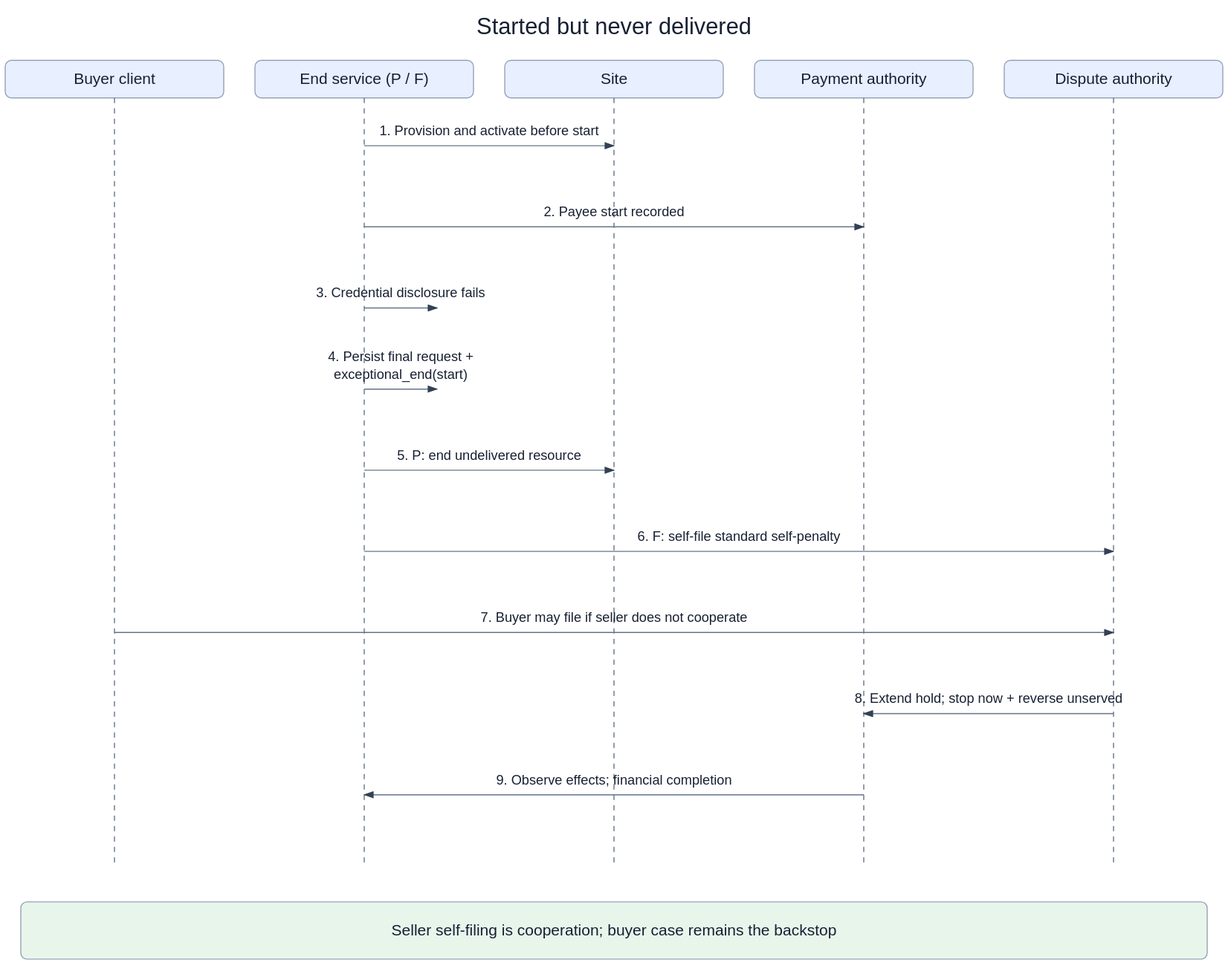
The draw.io diagram openspec/changes/converge-ongoing-compute-leases/diagrams/08-start-before-delivery.svg in arkhai-io/simple-compute-market, before a commit. Source tidied: cells renumbered, new cells last; positions are measured from the earlier drawing's top-left corner, leaving out a move shared by most shapes. Source of this version:
```xml
<mxGraphModel>
  <root>
    <mxCell id="0" />
    <mxCell id="1" parent="0" />
    <mxCell id="2" value="Started but never delivered" style="text;fontSize=22;align=center;" parent="1" vertex="1">
      <mxGeometry x="15" width="1140" height="36" as="geometry" />
    </mxCell>
    <mxCell id="3" value="Buyer client" style="rounded=1;fillColor=#e8efff;fontSize=15;" parent="1" vertex="1">
      <mxGeometry y="48" width="210" height="36" as="geometry" />
    </mxCell>
    <mxCell id="4" style="dashed=1;endArrow=none;strokeColor=#94a3b8;" parent="1" edge="1">
      <mxGeometry relative="1" as="geometry">
        <mxPoint x="105" y="84" as="sourcePoint" />
        <mxPoint x="105" y="822" as="targetPoint" />
      </mxGeometry>
    </mxCell>
    <mxCell id="5" value="End service (P / F)" style="rounded=1;fillColor=#e8efff;fontSize=15;" parent="1" vertex="1">
      <mxGeometry x="240" y="48" width="210" height="36" as="geometry" />
    </mxCell>
    <mxCell id="6" style="dashed=1;endArrow=none;strokeColor=#94a3b8;" parent="1" edge="1">
      <mxGeometry relative="1" as="geometry">
        <mxPoint x="345" y="84" as="sourcePoint" />
        <mxPoint x="345" y="822" as="targetPoint" />
      </mxGeometry>
    </mxCell>
    <mxCell id="7" value="Site" style="rounded=1;fillColor=#e8efff;fontSize=15;" parent="1" vertex="1">
      <mxGeometry x="480" y="48" width="210" height="36" as="geometry" />
    </mxCell>
    <mxCell id="8" style="dashed=1;endArrow=none;strokeColor=#94a3b8;" parent="1" edge="1">
      <mxGeometry relative="1" as="geometry">
        <mxPoint x="585" y="84" as="sourcePoint" />
        <mxPoint x="585" y="822" as="targetPoint" />
      </mxGeometry>
    </mxCell>
    <mxCell id="9" value="Payment authority" style="rounded=1;fillColor=#e8efff;fontSize=15;" parent="1" vertex="1">
      <mxGeometry x="720" y="48" width="210" height="36" as="geometry" />
    </mxCell>
    <mxCell id="10" style="dashed=1;endArrow=none;strokeColor=#94a3b8;" parent="1" edge="1">
      <mxGeometry relative="1" as="geometry">
        <mxPoint x="825" y="84" as="sourcePoint" />
        <mxPoint x="825" y="822" as="targetPoint" />
      </mxGeometry>
    </mxCell>
    <mxCell id="11" value="Dispute authority" style="rounded=1;fillColor=#e8efff;fontSize=15;" parent="1" vertex="1">
      <mxGeometry x="960" y="48" width="210" height="36" as="geometry" />
    </mxCell>
    <mxCell id="12" style="dashed=1;endArrow=none;strokeColor=#94a3b8;" parent="1" edge="1">
      <mxGeometry relative="1" as="geometry">
        <mxPoint x="1065" y="84" as="sourcePoint" />
        <mxPoint x="1065" y="822" as="targetPoint" />
      </mxGeometry>
    </mxCell>
    <mxCell id="13" value="1. Provision and activate before start" style="endArrow=block;fontSize=13;labelBackgroundColor=#ffffff;" parent="1" edge="1">
      <mxGeometry relative="1" as="geometry">
        <mxPoint x="345" y="130" as="sourcePoint" />
        <mxPoint x="585" y="130" as="targetPoint" />
      </mxGeometry>
    </mxCell>
    <mxCell id="14" value="2. Payee start recorded" style="endArrow=block;fontSize=13;labelBackgroundColor=#ffffff;" parent="1" edge="1">
      <mxGeometry relative="1" as="geometry">
        <mxPoint x="345" y="208" as="sourcePoint" />
        <mxPoint x="825" y="208" as="targetPoint" />
      </mxGeometry>
    </mxCell>
    <mxCell id="15" value="3. Credential disclosure fails" style="endArrow=block;fontSize=13;labelBackgroundColor=#ffffff;" parent="1" edge="1">
      <mxGeometry relative="1" as="geometry">
        <mxPoint x="345" y="286" as="sourcePoint" />
        <mxPoint x="415" y="286" as="targetPoint" />
      </mxGeometry>
    </mxCell>
    <mxCell id="16" value="4. Persist final request + exceptional_end(start)" style="endArrow=block;fontSize=13;labelBackgroundColor=#ffffff;" parent="1" edge="1">
      <mxGeometry relative="1" as="geometry">
        <mxPoint x="345" y="364" as="sourcePoint" />
        <mxPoint x="415" y="364" as="targetPoint" />
      </mxGeometry>
    </mxCell>
    <mxCell id="17" value="5. P: end undelivered resource" style="endArrow=block;fontSize=13;labelBackgroundColor=#ffffff;" parent="1" edge="1">
      <mxGeometry relative="1" as="geometry">
        <mxPoint x="345" y="442" as="sourcePoint" />
        <mxPoint x="585" y="442" as="targetPoint" />
      </mxGeometry>
    </mxCell>
    <mxCell id="18" value="6. F: self-file standard self-penalty" style="endArrow=block;fontSize=13;labelBackgroundColor=#ffffff;" parent="1" edge="1">
      <mxGeometry relative="1" as="geometry">
        <mxPoint x="345" y="520" as="sourcePoint" />
        <mxPoint x="1065" y="520" as="targetPoint" />
      </mxGeometry>
    </mxCell>
    <mxCell id="19" value="7. Buyer may file if seller does not cooperate" style="endArrow=block;fontSize=13;labelBackgroundColor=#ffffff;" parent="1" edge="1">
      <mxGeometry relative="1" as="geometry">
        <mxPoint x="105" y="598" as="sourcePoint" />
        <mxPoint x="1065" y="598" as="targetPoint" />
      </mxGeometry>
    </mxCell>
    <mxCell id="20" value="8. Extend hold; stop now + reverse unserved" style="endArrow=block;fontSize=13;labelBackgroundColor=#ffffff;" parent="1" edge="1">
      <mxGeometry relative="1" as="geometry">
        <mxPoint x="1065" y="676" as="sourcePoint" />
        <mxPoint x="825" y="676" as="targetPoint" />
      </mxGeometry>
    </mxCell>
    <mxCell id="21" value="9. Observe effects; financial completion" style="endArrow=block;fontSize=13;labelBackgroundColor=#ffffff;" parent="1" edge="1">
      <mxGeometry relative="1" as="geometry">
        <mxPoint x="825" y="754" as="sourcePoint" />
        <mxPoint x="345" y="754" as="targetPoint" />
      </mxGeometry>
    </mxCell>
    <mxCell id="22" value="Seller self-filing is cooperation; buyer case remains the backstop" style="rounded=1;fillColor=#e8f5eb;fontSize=15;" parent="1" vertex="1">
      <mxGeometry x="15" y="857" width="1140" height="55" as="geometry" />
    </mxCell>
  </root>
</mxGraphModel>
```
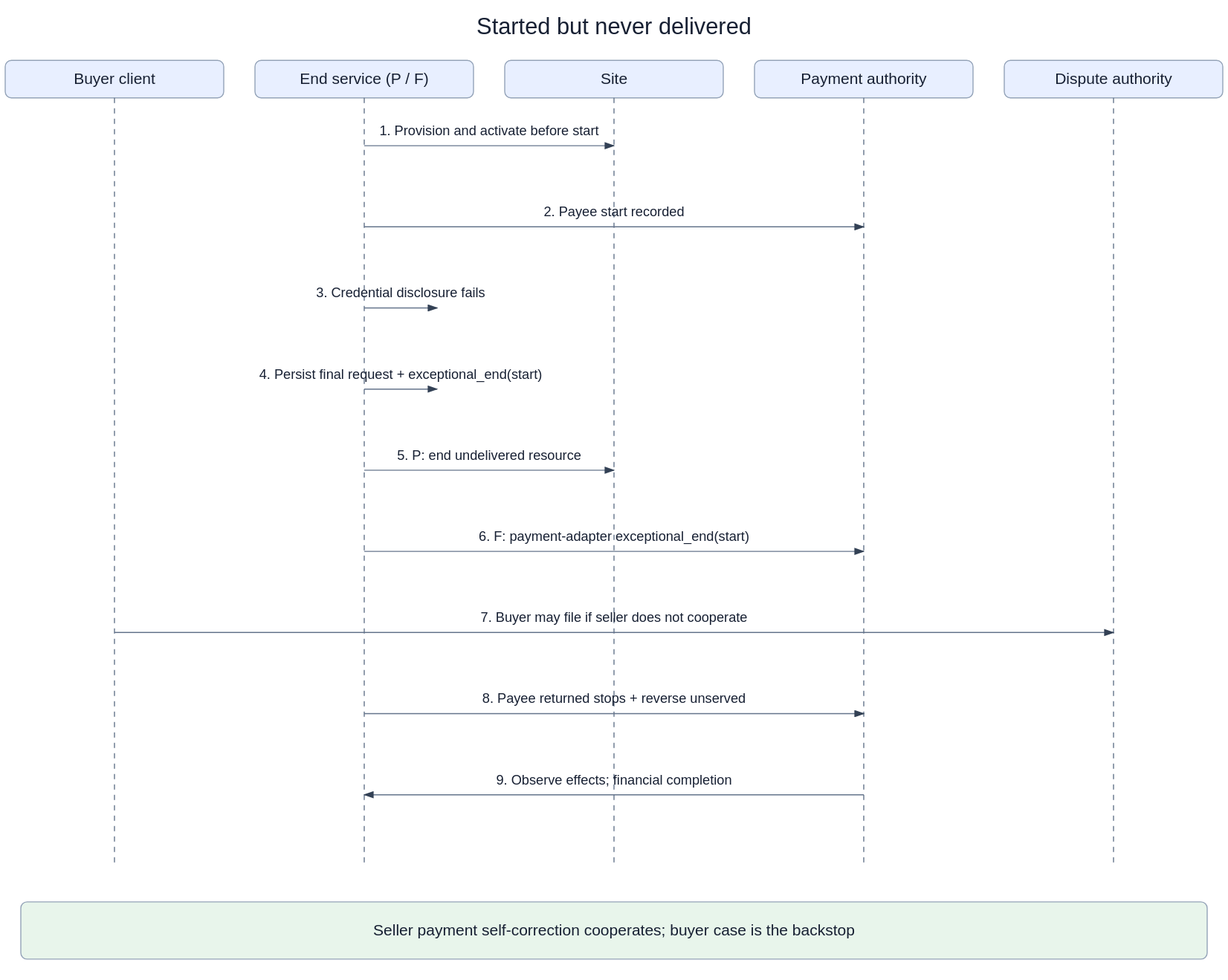
After the commit.

Diff of the diagram source:
```diff
@@ -80,10 +80,10 @@
         <mxPoint x="585" y="442" as="targetPoint" />
       </mxGeometry>
     </mxCell>
-    <mxCell id="18" value="6. F: self-file standard self-penalty" style="endArrow=block;fontSize=13;labelBackgroundColor=#ffffff;" parent="1" edge="1">
+    <mxCell id="18" value="6. F: payment-adapter exceptional_end(start)" style="endArrow=block;fontSize=13;labelBackgroundColor=#ffffff;" parent="1" edge="1">
       <mxGeometry relative="1" as="geometry">
         <mxPoint x="345" y="520" as="sourcePoint" />
-        <mxPoint x="1065" y="520" as="targetPoint" />
+        <mxPoint x="825" y="520" as="targetPoint" />
       </mxGeometry>
     </mxCell>
     <mxCell id="19" value="7. Buyer may file if seller does not cooperate" style="endArrow=block;fontSize=13;labelBackgroundColor=#ffffff;" parent="1" edge="1">
@@ -92,9 +92,9 @@
         <mxPoint x="1065" y="598" as="targetPoint" />
       </mxGeometry>
     </mxCell>
-    <mxCell id="20" value="8. Extend hold; stop now + reverse unserved" style="endArrow=block;fontSize=13;labelBackgroundColor=#ffffff;" parent="1" edge="1">
+    <mxCell id="20" value="8. Payee returned stops + reverse unserved" style="endArrow=block;fontSize=13;labelBackgroundColor=#ffffff;" parent="1" edge="1">
       <mxGeometry relative="1" as="geometry">
-        <mxPoint x="1065" y="676" as="sourcePoint" />
+        <mxPoint x="345" y="676" as="sourcePoint" />
         <mxPoint x="825" y="676" as="targetPoint" />
       </mxGeometry>
     </mxCell>
@@ -104,7 +104,7 @@
         <mxPoint x="345" y="754" as="targetPoint" />
       </mxGeometry>
     </mxCell>
-    <mxCell id="22" value="Seller self-filing is cooperation; buyer case remains the backstop" style="rounded=1;fillColor=#e8f5eb;fontSize=15;" parent="1" vertex="1">
+    <mxCell id="22" value="Seller payment self-correction cooperates; buyer case is the backstop" style="rounded=1;fillColor=#e8f5eb;fontSize=15;" parent="1" vertex="1">
       <mxGeometry x="15" y="857" width="1140" height="55" as="geometry" />
     </mxCell>
   </root>
```
